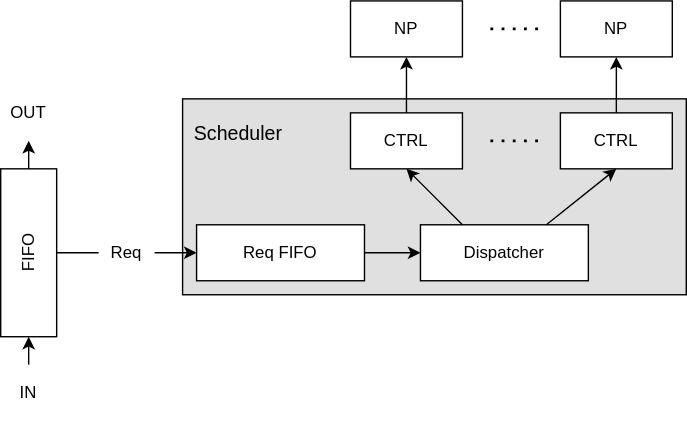
The draw.io diagram images/design_controlpath.svg in retrhelo/bachelor-thesis, before a commit. Source tidied: cells renumbered, new cells last; positions are measured from the earlier drawing's top-left corner, leaving out a move shared by most shapes. Source of this version:
```xml
<mxGraphModel>
  <root>
    <mxCell id="0" />
    <mxCell id="1" parent="0" />
    <mxCell id="2" style="rounded=0;whiteSpace=wrap;html=1;fillColor=#E0E0E0;" parent="1" vertex="1">
      <mxGeometry x="170" y="70" width="360" height="140" as="geometry" />
    </mxCell>
    <mxCell id="3" value="CTRL" style="rounded=0;whiteSpace=wrap;html=1;" parent="1" vertex="1">
      <mxGeometry x="290" y="80" width="80" height="40" as="geometry" />
    </mxCell>
    <mxCell id="4" value="CTRL" style="rounded=0;whiteSpace=wrap;html=1;" parent="1" vertex="1">
      <mxGeometry x="440" y="80" width="80" height="40" as="geometry" />
    </mxCell>
    <mxCell id="5" style="endArrow=none;dashed=1;html=1;dashPattern=1 3;strokeWidth=2;rounded=0;" parent="1" edge="1">
      <mxGeometry relative="1" as="geometry">
        <mxPoint x="390" y="100" as="sourcePoint" />
        <mxPoint x="430" y="100" as="targetPoint" />
      </mxGeometry>
    </mxCell>
    <mxCell id="6" value="NP" style="rounded=0;whiteSpace=wrap;html=1;fillColor=#FFFFFF;" parent="1" vertex="1">
      <mxGeometry x="290" width="80" height="40" as="geometry" />
    </mxCell>
    <mxCell id="7" value="NP" style="rounded=0;whiteSpace=wrap;html=1;fillColor=#FFFFFF;" parent="1" vertex="1">
      <mxGeometry x="440" width="80" height="40" as="geometry" />
    </mxCell>
    <mxCell id="8" style="endArrow=none;dashed=1;html=1;dashPattern=1 3;strokeWidth=2;rounded=0;" parent="1" edge="1">
      <mxGeometry relative="1" as="geometry">
        <mxPoint x="390" y="20" as="sourcePoint" />
        <mxPoint x="430" y="20" as="targetPoint" />
      </mxGeometry>
    </mxCell>
    <mxCell id="9" value="FIFO" style="rounded=0;whiteSpace=wrap;html=1;fillColor=#FFFFFF;rotation=-90;" parent="1" vertex="1">
      <mxGeometry y="160" width="120" height="40" as="geometry" />
    </mxCell>
    <mxCell id="10" value="IN" style="text;html=1;strokeColor=none;fillColor=none;align=center;verticalAlign=middle;whiteSpace=wrap;rounded=0;" parent="1" vertex="1">
      <mxGeometry x="40" y="260" width="40" height="40" as="geometry" />
    </mxCell>
    <mxCell id="11" style="endArrow=classic;html=1;rounded=0;entryX=0;entryY=0.5;entryDx=0;entryDy=0;exitX=0.5;exitY=0;exitDx=0;exitDy=0;" parent="1" edge="1" source="10" target="9">
      <mxGeometry relative="1" as="geometry" />
    </mxCell>
    <mxCell id="12" style="endArrow=classic;html=1;rounded=0;exitX=1;exitY=0.5;exitDx=0;exitDy=0;" parent="1" edge="1" source="9" target="13">
      <mxGeometry relative="1" as="geometry" />
    </mxCell>
    <mxCell id="13" value="OUT" style="text;html=1;strokeColor=none;fillColor=none;align=center;verticalAlign=middle;whiteSpace=wrap;rounded=0;" parent="1" vertex="1">
      <mxGeometry x="40" y="60" width="40" height="40" as="geometry" />
    </mxCell>
    <mxCell id="14" value="Dispatcher" style="rounded=0;whiteSpace=wrap;html=1;fillColor=#FFFFFF;" parent="1" vertex="1">
      <mxGeometry x="340" y="160" width="120" height="40" as="geometry" />
    </mxCell>
    <mxCell id="15" value="Req FIFO" style="rounded=0;whiteSpace=wrap;html=1;fillColor=#FFFFFF;" parent="1" vertex="1">
      <mxGeometry x="180" y="160" width="120" height="40" as="geometry" />
    </mxCell>
    <mxCell id="16" value="Req" style="text;html=1;strokeColor=none;fillColor=none;align=center;verticalAlign=middle;whiteSpace=wrap;rounded=0;" parent="1" vertex="1">
      <mxGeometry x="110" y="165" width="40" height="30" as="geometry" />
    </mxCell>
    <mxCell id="17" style="endArrow=classic;html=1;rounded=0;exitX=1;exitY=0.5;exitDx=0;exitDy=0;entryX=0;entryY=0.5;entryDx=0;entryDy=0;" parent="1" edge="1" source="16" target="15">
      <mxGeometry relative="1" as="geometry" />
    </mxCell>
    <mxCell id="18" style="endArrow=classic;html=1;rounded=0;entryX=0;entryY=0.5;entryDx=0;entryDy=0;exitX=1;exitY=0.5;exitDx=0;exitDy=0;" parent="1" edge="1" source="15" target="14">
      <mxGeometry relative="1" as="geometry" />
    </mxCell>
    <mxCell id="19" style="endArrow=classic;html=1;rounded=0;entryX=0.5;entryY=1;entryDx=0;entryDy=0;exitX=0.25;exitY=0;exitDx=0;exitDy=0;" parent="1" edge="1" source="14" target="3">
      <mxGeometry relative="1" as="geometry" />
    </mxCell>
    <mxCell id="20" style="endArrow=classic;html=1;rounded=0;entryX=0.5;entryY=1;entryDx=0;entryDy=0;exitX=0.75;exitY=0;exitDx=0;exitDy=0;" parent="1" edge="1" source="14" target="4">
      <mxGeometry relative="1" as="geometry" />
    </mxCell>
    <mxCell id="21" style="endArrow=classic;html=1;rounded=0;entryX=0.5;entryY=1;entryDx=0;entryDy=0;exitX=0.5;exitY=0;exitDx=0;exitDy=0;" parent="1" edge="1" source="3" target="6">
      <mxGeometry relative="1" as="geometry" />
    </mxCell>
    <mxCell id="22" style="endArrow=classic;html=1;rounded=0;entryX=0.5;entryY=1;entryDx=0;entryDy=0;exitX=0.5;exitY=0;exitDx=0;exitDy=0;" parent="1" edge="1" source="4" target="7">
      <mxGeometry relative="1" as="geometry" />
    </mxCell>
    <mxCell id="23" value="&lt;font style=&quot;font-size: 14px;&quot;&gt;Scheduler&lt;/font&gt;" style="text;html=1;strokeColor=none;fillColor=none;align=center;verticalAlign=middle;whiteSpace=wrap;rounded=0;" parent="1" vertex="1">
      <mxGeometry x="180" y="80" width="60" height="30" as="geometry" />
    </mxCell>
    <mxCell id="24" style="endArrow=none;html=1;rounded=0;entryX=0.5;entryY=1;entryDx=0;entryDy=0;exitX=0;exitY=0.5;exitDx=0;exitDy=0;" parent="1" edge="1" source="16" target="9">
      <mxGeometry relative="1" as="geometry" />
    </mxCell>
  </root>
</mxGraphModel>
```
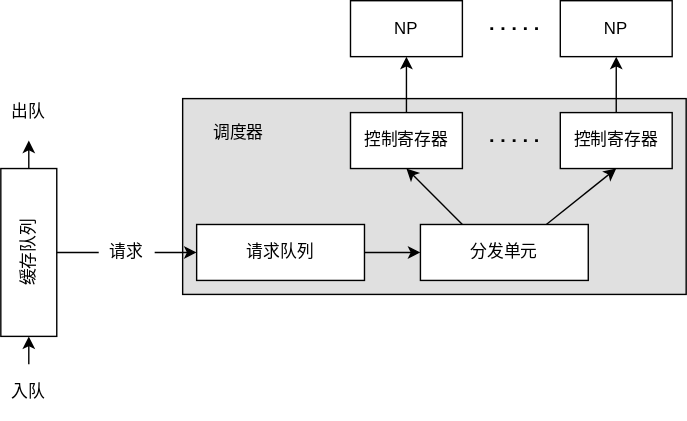
Later version of the same file.

Change to the diagram source:
```diff
@@ -5,10 +5,10 @@
     <mxCell id="2" style="rounded=0;whiteSpace=wrap;html=1;fillColor=#E0E0E0;" parent="1" vertex="1">
       <mxGeometry x="170" y="70" width="360" height="140" as="geometry" />
     </mxCell>
-    <mxCell id="3" value="CTRL" style="rounded=0;whiteSpace=wrap;html=1;" parent="1" vertex="1">
+    <mxCell id="3" value="控制寄存器" style="rounded=0;whiteSpace=wrap;html=1;" parent="1" vertex="1">
       <mxGeometry x="290" y="80" width="80" height="40" as="geometry" />
     </mxCell>
-    <mxCell id="4" value="CTRL" style="rounded=0;whiteSpace=wrap;html=1;" parent="1" vertex="1">
+    <mxCell id="4" value="控制寄存器" style="rounded=0;whiteSpace=wrap;html=1;" parent="1" vertex="1">
       <mxGeometry x="440" y="80" width="80" height="40" as="geometry" />
     </mxCell>
     <mxCell id="5" style="endArrow=none;dashed=1;html=1;dashPattern=1 3;strokeWidth=2;rounded=0;" parent="1" edge="1">
@@ -29,10 +29,10 @@
         <mxPoint x="430" y="20" as="targetPoint" />
       </mxGeometry>
     </mxCell>
-    <mxCell id="9" value="FIFO" style="rounded=0;whiteSpace=wrap;html=1;fillColor=#FFFFFF;rotation=-90;" parent="1" vertex="1">
+    <mxCell id="9" value="缓存队列" style="rounded=0;whiteSpace=wrap;html=1;fillColor=#FFFFFF;rotation=-90;" parent="1" vertex="1">
       <mxGeometry y="160" width="120" height="40" as="geometry" />
     </mxCell>
-    <mxCell id="10" value="IN" style="text;html=1;strokeColor=none;fillColor=none;align=center;verticalAlign=middle;whiteSpace=wrap;rounded=0;" parent="1" vertex="1">
+    <mxCell id="10" value="入队" style="text;html=1;strokeColor=none;fillColor=none;align=center;verticalAlign=middle;whiteSpace=wrap;rounded=0;" parent="1" vertex="1">
       <mxGeometry x="40" y="260" width="40" height="40" as="geometry" />
     </mxCell>
     <mxCell id="11" style="endArrow=classic;html=1;rounded=0;entryX=0;entryY=0.5;entryDx=0;entryDy=0;exitX=0.5;exitY=0;exitDx=0;exitDy=0;" parent="1" edge="1" source="10" target="9">
@@ -41,16 +41,16 @@
     <mxCell id="12" style="endArrow=classic;html=1;rounded=0;exitX=1;exitY=0.5;exitDx=0;exitDy=0;" parent="1" edge="1" source="9" target="13">
       <mxGeometry relative="1" as="geometry" />
     </mxCell>
-    <mxCell id="13" value="OUT" style="text;html=1;strokeColor=none;fillColor=none;align=center;verticalAlign=middle;whiteSpace=wrap;rounded=0;" parent="1" vertex="1">
+    <mxCell id="13" value="出队" style="text;html=1;strokeColor=none;fillColor=none;align=center;verticalAlign=middle;whiteSpace=wrap;rounded=0;" parent="1" vertex="1">
       <mxGeometry x="40" y="60" width="40" height="40" as="geometry" />
     </mxCell>
-    <mxCell id="14" value="Dispatcher" style="rounded=0;whiteSpace=wrap;html=1;fillColor=#FFFFFF;" parent="1" vertex="1">
+    <mxCell id="14" value="分发单元" style="rounded=0;whiteSpace=wrap;html=1;fillColor=#FFFFFF;" parent="1" vertex="1">
       <mxGeometry x="340" y="160" width="120" height="40" as="geometry" />
     </mxCell>
-    <mxCell id="15" value="Req FIFO" style="rounded=0;whiteSpace=wrap;html=1;fillColor=#FFFFFF;" parent="1" vertex="1">
+    <mxCell id="15" value="请求队列" style="rounded=0;whiteSpace=wrap;html=1;fillColor=#FFFFFF;" parent="1" vertex="1">
       <mxGeometry x="180" y="160" width="120" height="40" as="geometry" />
     </mxCell>
-    <mxCell id="16" value="Req" style="text;html=1;strokeColor=none;fillColor=none;align=center;verticalAlign=middle;whiteSpace=wrap;rounded=0;" parent="1" vertex="1">
+    <mxCell id="16" value="请求" style="text;html=1;strokeColor=none;fillColor=none;align=center;verticalAlign=middle;whiteSpace=wrap;rounded=0;" parent="1" vertex="1">
       <mxGeometry x="110" y="165" width="40" height="30" as="geometry" />
     </mxCell>
     <mxCell id="17" style="endArrow=classic;html=1;rounded=0;exitX=1;exitY=0.5;exitDx=0;exitDy=0;entryX=0;entryY=0.5;entryDx=0;entryDy=0;" parent="1" edge="1" source="16" target="15">
@@ -71,7 +71,7 @@
     <mxCell id="22" style="endArrow=classic;html=1;rounded=0;entryX=0.5;entryY=1;entryDx=0;entryDy=0;exitX=0.5;exitY=0;exitDx=0;exitDy=0;" parent="1" edge="1" source="4" target="7">
       <mxGeometry relative="1" as="geometry" />
     </mxCell>
-    <mxCell id="23" value="&lt;font style=&quot;font-size: 14px;&quot;&gt;Scheduler&lt;/font&gt;" style="text;html=1;strokeColor=none;fillColor=none;align=center;verticalAlign=middle;whiteSpace=wrap;rounded=0;" parent="1" vertex="1">
+    <mxCell id="23" value="调度器" style="text;html=1;strokeColor=none;fillColor=none;align=center;verticalAlign=middle;whiteSpace=wrap;rounded=0;" parent="1" vertex="1">
       <mxGeometry x="180" y="80" width="60" height="30" as="geometry" />
     </mxCell>
     <mxCell id="24" style="endArrow=none;html=1;rounded=0;entryX=0.5;entryY=1;entryDx=0;entryDy=0;exitX=0;exitY=0.5;exitDx=0;exitDy=0;" parent="1" edge="1" source="16" target="9">
```
